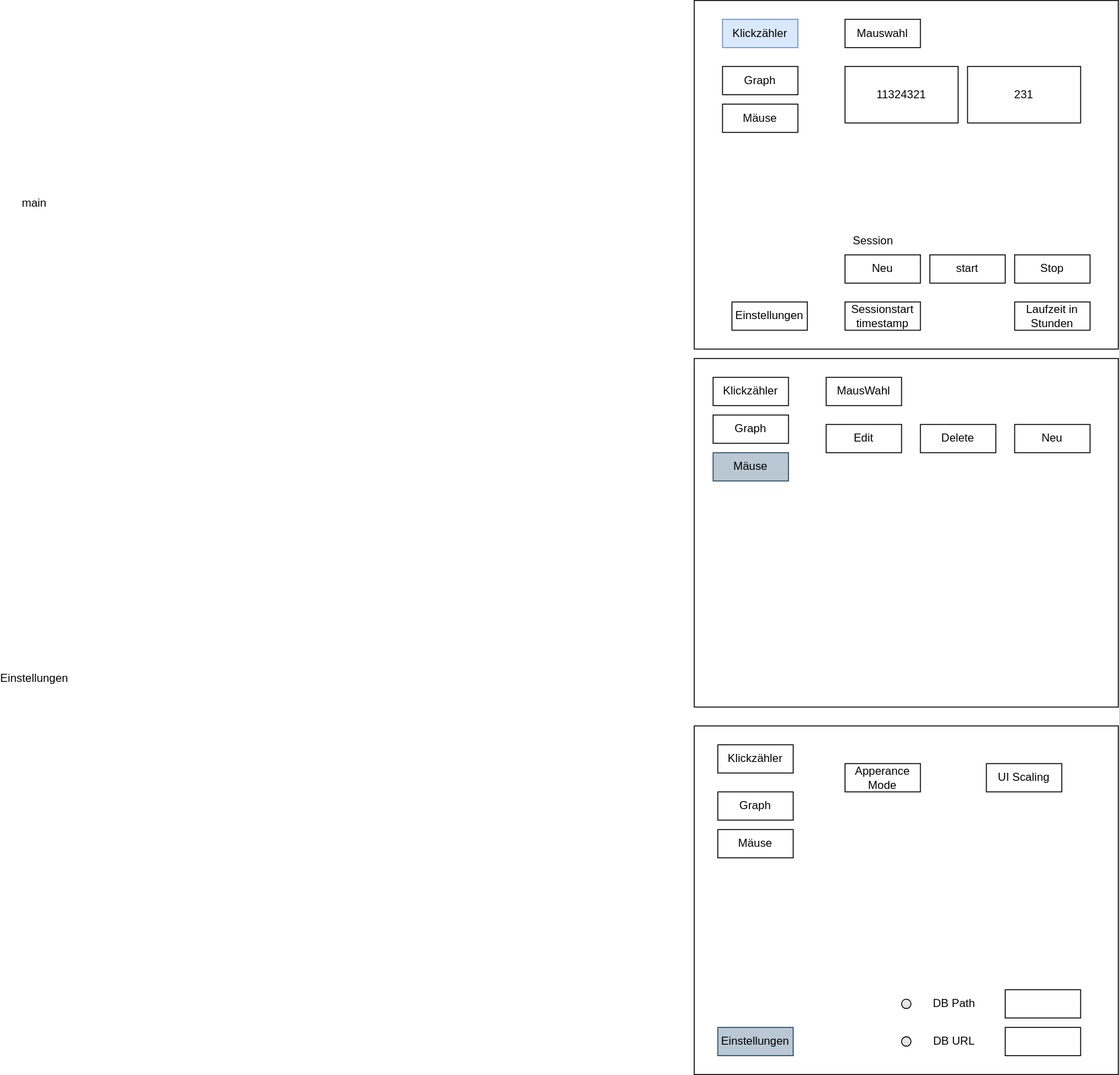
Earlier version of the draw.io export skizze.svg (Can9808/ClickCounter). Source tidied: cells renumbered, new cells last; positions are measured from the earlier drawing's top-left corner, leaving out a move shared by most shapes. Source of this version:
```xml
<mxGraphModel>
  <root>
    <mxCell id="0" />
    <mxCell id="1" parent="0" />
    <mxCell id="2" value="main" style="text;html=1;strokeColor=none;fillColor=none;align=center;verticalAlign=middle;whiteSpace=wrap;rounded=0;" parent="1" vertex="1">
      <mxGeometry y="200" width="60" height="30" as="geometry" />
    </mxCell>
    <mxCell id="3" value="Einstellungen" style="text;html=1;strokeColor=none;fillColor=none;align=center;verticalAlign=middle;whiteSpace=wrap;rounded=0;" parent="1" vertex="1">
      <mxGeometry y="705" width="60" height="30" as="geometry" />
    </mxCell>
    <mxCell id="4" style="rounded=0;whiteSpace=wrap;html=1;" parent="1" vertex="1">
      <mxGeometry x="730" y="380" width="450" height="370" as="geometry" />
    </mxCell>
    <mxCell id="5" value="Klickzähler" style="rounded=0;whiteSpace=wrap;html=1;" parent="1" vertex="1">
      <mxGeometry x="750" y="400" width="80" height="30" as="geometry" />
    </mxCell>
    <mxCell id="6" value="Graph" style="rounded=0;whiteSpace=wrap;html=1;" parent="1" vertex="1">
      <mxGeometry x="750" y="440" width="80" height="30" as="geometry" />
    </mxCell>
    <mxCell id="7" value="Mäuse" style="rounded=0;whiteSpace=wrap;html=1;fillColor=#bac8d3;strokeColor=#23445d;" parent="1" vertex="1">
      <mxGeometry x="750" y="480" width="80" height="30" as="geometry" />
    </mxCell>
    <mxCell id="8" value="Delete" style="rounded=0;whiteSpace=wrap;html=1;" parent="1" vertex="1">
      <mxGeometry x="970" y="450" width="80" height="30" as="geometry" />
    </mxCell>
    <mxCell id="9" value="Edit" style="rounded=0;whiteSpace=wrap;html=1;" parent="1" vertex="1">
      <mxGeometry x="870" y="450" width="80" height="30" as="geometry" />
    </mxCell>
    <mxCell id="10" value="MausWahl" style="rounded=0;whiteSpace=wrap;html=1;" parent="1" vertex="1">
      <mxGeometry x="870" y="400" width="80" height="30" as="geometry" />
    </mxCell>
    <mxCell id="11" value="Neu" style="rounded=0;whiteSpace=wrap;html=1;" parent="1" vertex="1">
      <mxGeometry x="1070" y="450" width="80" height="30" as="geometry" />
    </mxCell>
    <mxCell id="12" style="rounded=0;whiteSpace=wrap;html=1;" parent="1" vertex="1">
      <mxGeometry x="730" y="770" width="450" height="370" as="geometry" />
    </mxCell>
    <mxCell id="13" value="Klickzähler" style="rounded=0;whiteSpace=wrap;html=1;" parent="1" vertex="1">
      <mxGeometry x="755" y="790" width="80" height="30" as="geometry" />
    </mxCell>
    <mxCell id="14" value="Graph" style="rounded=0;whiteSpace=wrap;html=1;" parent="1" vertex="1">
      <mxGeometry x="755" y="840" width="80" height="30" as="geometry" />
    </mxCell>
    <mxCell id="15" value="Mäuse" style="rounded=0;whiteSpace=wrap;html=1;" parent="1" vertex="1">
      <mxGeometry x="755" y="880" width="80" height="30" as="geometry" />
    </mxCell>
    <mxCell id="16" value="Einstellungen" style="rounded=0;whiteSpace=wrap;html=1;fillColor=#bac8d3;strokeColor=#23445d;" parent="1" vertex="1">
      <mxGeometry x="755" y="1090" width="80" height="30" as="geometry" />
    </mxCell>
    <mxCell id="17" value="Apperance Mode" style="rounded=0;whiteSpace=wrap;html=1;" parent="1" vertex="1">
      <mxGeometry x="890" y="810" width="80" height="30" as="geometry" />
    </mxCell>
    <mxCell id="18" value="UI Scaling" style="rounded=0;whiteSpace=wrap;html=1;" parent="1" vertex="1">
      <mxGeometry x="1040" y="810" width="80" height="30" as="geometry" />
    </mxCell>
    <mxCell id="19" style="rounded=0;whiteSpace=wrap;html=1;" parent="1" vertex="1">
      <mxGeometry x="1060" y="1050" width="80" height="30" as="geometry" />
    </mxCell>
    <mxCell id="20" style="html=1;shadow=0;dashed=0;shape=mxgraph.bootstrap.radioButton2;labelPosition=right;verticalLabelPosition=middle;align=left;verticalAlign=middle;gradientColor=#DEDEDE;fillColor=#EDEDED;checked=0;spacing=5;checkedFill=#0085FC;checkedStroke=#ffffff;sketch=0;" parent="1" vertex="1">
      <mxGeometry x="950" y="1100" width="10" height="10" as="geometry" />
    </mxCell>
    <mxCell id="21" style="rounded=0;whiteSpace=wrap;html=1;" parent="1" vertex="1">
      <mxGeometry x="1060" y="1090" width="80" height="30" as="geometry" />
    </mxCell>
    <mxCell id="22" value="DB Path" style="text;html=1;strokeColor=none;fillColor=none;align=center;verticalAlign=middle;whiteSpace=wrap;rounded=0;" parent="1" vertex="1">
      <mxGeometry x="976" y="1050" width="60" height="30" as="geometry" />
    </mxCell>
    <mxCell id="23" value="DB URL" style="text;html=1;strokeColor=none;fillColor=none;align=center;verticalAlign=middle;whiteSpace=wrap;rounded=0;" parent="1" vertex="1">
      <mxGeometry x="976" y="1090" width="60" height="30" as="geometry" />
    </mxCell>
    <mxCell id="24" style="html=1;shadow=0;dashed=0;shape=mxgraph.bootstrap.radioButton2;labelPosition=right;verticalLabelPosition=middle;align=left;verticalAlign=middle;gradientColor=#DEDEDE;fillColor=#EDEDED;checked=0;spacing=5;checkedFill=#0085FC;checkedStroke=#ffffff;sketch=0;" parent="1" vertex="1">
      <mxGeometry x="950" y="1060" width="10" height="10" as="geometry" />
    </mxCell>
    <mxCell id="25" style="rounded=0;whiteSpace=wrap;html=1;" parent="1" vertex="1">
      <mxGeometry x="730" width="450" height="370" as="geometry" />
    </mxCell>
    <mxCell id="26" value="11324321" style="rounded=0;whiteSpace=wrap;html=1;" parent="1" vertex="1">
      <mxGeometry x="890" y="70" width="120" height="60" as="geometry" />
    </mxCell>
    <mxCell id="27" value="231" style="rounded=0;whiteSpace=wrap;html=1;" parent="1" vertex="1">
      <mxGeometry x="1020" y="70" width="120" height="60" as="geometry" />
    </mxCell>
    <mxCell id="28" value="start" style="rounded=0;whiteSpace=wrap;html=1;" parent="1" vertex="1">
      <mxGeometry x="980" y="270" width="80" height="30" as="geometry" />
    </mxCell>
    <mxCell id="29" value="Sessionstart&lt;br&gt;timestamp" style="rounded=0;whiteSpace=wrap;html=1;" parent="1" vertex="1">
      <mxGeometry x="890" y="320" width="80" height="30" as="geometry" />
    </mxCell>
    <mxCell id="30" value="Klickzähler" style="rounded=0;whiteSpace=wrap;html=1;fillColor=#dae8fc;strokeColor=#6c8ebf;" parent="1" vertex="1">
      <mxGeometry x="760" y="20" width="80" height="30" as="geometry" />
    </mxCell>
    <mxCell id="31" value="Stop" style="rounded=0;whiteSpace=wrap;html=1;" parent="1" vertex="1">
      <mxGeometry x="1070" y="270" width="80" height="30" as="geometry" />
    </mxCell>
    <mxCell id="32" value="Neu" style="rounded=0;whiteSpace=wrap;html=1;" parent="1" vertex="1">
      <mxGeometry x="890" y="270" width="80" height="30" as="geometry" />
    </mxCell>
    <mxCell id="33" value="Session" style="text;html=1;strokeColor=none;fillColor=none;align=center;verticalAlign=middle;whiteSpace=wrap;rounded=0;" parent="1" vertex="1">
      <mxGeometry x="890" y="240" width="60" height="30" as="geometry" />
    </mxCell>
    <mxCell id="34" value="Einstellungen" style="rounded=0;whiteSpace=wrap;html=1;" parent="1" vertex="1">
      <mxGeometry x="770" y="320" width="80" height="30" as="geometry" />
    </mxCell>
    <mxCell id="35" value="Laufzeit in Stunden" style="rounded=0;whiteSpace=wrap;html=1;" parent="1" vertex="1">
      <mxGeometry x="1070" y="320" width="80" height="30" as="geometry" />
    </mxCell>
    <mxCell id="36" value="Graph" style="rounded=0;whiteSpace=wrap;html=1;" parent="1" vertex="1">
      <mxGeometry x="760" y="70" width="80" height="30" as="geometry" />
    </mxCell>
    <mxCell id="37" value="Mäuse" style="rounded=0;whiteSpace=wrap;html=1;" parent="1" vertex="1">
      <mxGeometry x="760" y="110" width="80" height="30" as="geometry" />
    </mxCell>
    <mxCell id="38" value="Mauswahl" style="rounded=0;whiteSpace=wrap;html=1;" parent="1" vertex="1">
      <mxGeometry x="890" y="20" width="80" height="30" as="geometry" />
    </mxCell>
  </root>
</mxGraphModel>
```
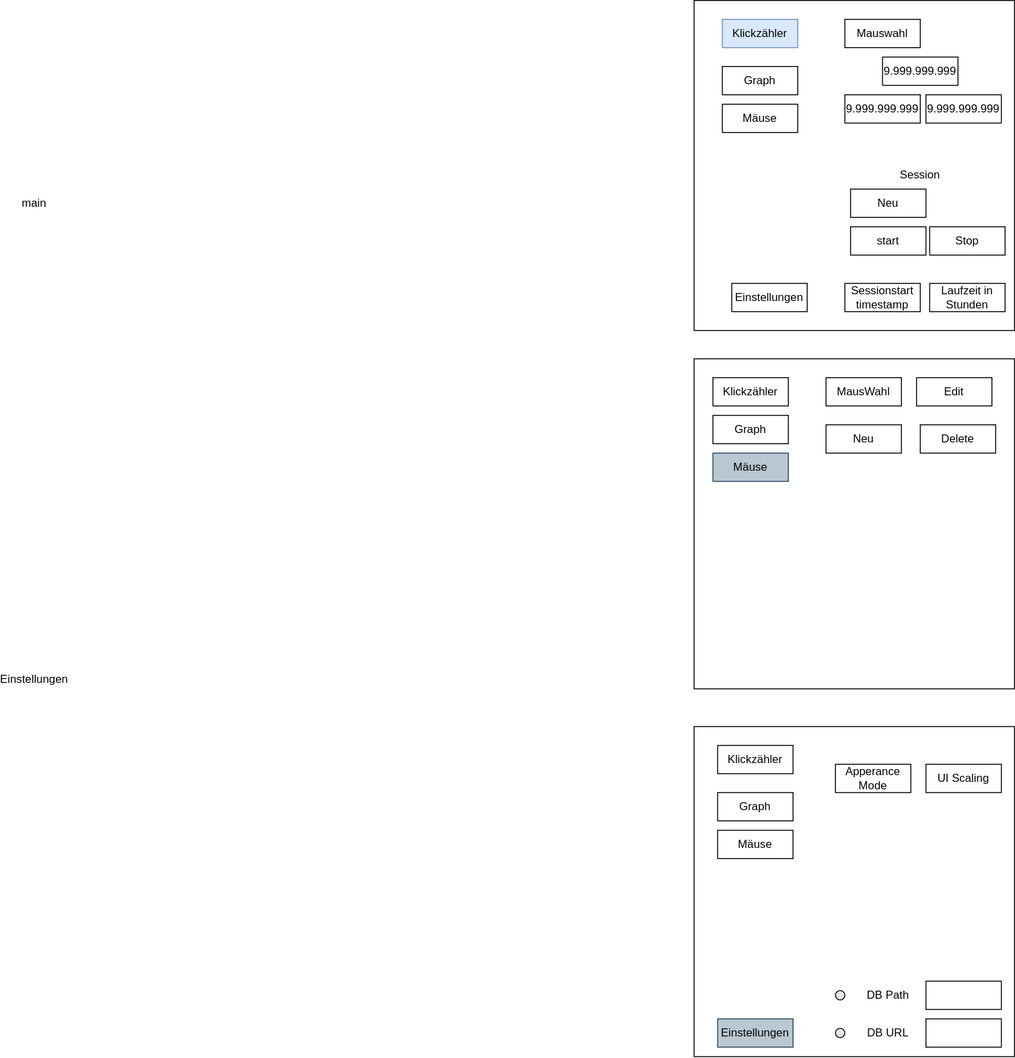
After the change.

The edit, as a diff of the source:
```diff
@@ -9,7 +9,7 @@
       <mxGeometry y="705" width="60" height="30" as="geometry" />
     </mxCell>
     <mxCell id="4" style="rounded=0;whiteSpace=wrap;html=1;" parent="1" vertex="1">
-      <mxGeometry x="730" y="380" width="450" height="370" as="geometry" />
+      <mxGeometry x="730" y="380" width="340" height="350" as="geometry" />
     </mxCell>
     <mxCell id="5" value="Klickzähler" style="rounded=0;whiteSpace=wrap;html=1;" parent="1" vertex="1">
       <mxGeometry x="750" y="400" width="80" height="30" as="geometry" />
@@ -24,16 +24,16 @@
       <mxGeometry x="970" y="450" width="80" height="30" as="geometry" />
     </mxCell>
     <mxCell id="9" value="Edit" style="rounded=0;whiteSpace=wrap;html=1;" parent="1" vertex="1">
-      <mxGeometry x="870" y="450" width="80" height="30" as="geometry" />
+      <mxGeometry x="966" y="400" width="80" height="30" as="geometry" />
     </mxCell>
     <mxCell id="10" value="MausWahl" style="rounded=0;whiteSpace=wrap;html=1;" parent="1" vertex="1">
       <mxGeometry x="870" y="400" width="80" height="30" as="geometry" />
     </mxCell>
     <mxCell id="11" value="Neu" style="rounded=0;whiteSpace=wrap;html=1;" parent="1" vertex="1">
-      <mxGeometry x="1070" y="450" width="80" height="30" as="geometry" />
+      <mxGeometry x="870" y="450" width="80" height="30" as="geometry" />
     </mxCell>
     <mxCell id="12" style="rounded=0;whiteSpace=wrap;html=1;" parent="1" vertex="1">
-      <mxGeometry x="730" y="770" width="450" height="370" as="geometry" />
+      <mxGeometry x="730" y="770" width="340" height="350" as="geometry" />
     </mxCell>
     <mxCell id="13" value="Klickzähler" style="rounded=0;whiteSpace=wrap;html=1;" parent="1" vertex="1">
       <mxGeometry x="755" y="790" width="80" height="30" as="geometry" />
@@ -45,64 +45,58 @@
       <mxGeometry x="755" y="880" width="80" height="30" as="geometry" />
     </mxCell>
     <mxCell id="16" value="Einstellungen" style="rounded=0;whiteSpace=wrap;html=1;fillColor=#bac8d3;strokeColor=#23445d;" parent="1" vertex="1">
-      <mxGeometry x="755" y="1090" width="80" height="30" as="geometry" />
+      <mxGeometry x="755" y="1080" width="80" height="30" as="geometry" />
     </mxCell>
     <mxCell id="17" value="Apperance Mode" style="rounded=0;whiteSpace=wrap;html=1;" parent="1" vertex="1">
-      <mxGeometry x="890" y="810" width="80" height="30" as="geometry" />
+      <mxGeometry x="880" y="810" width="80" height="30" as="geometry" />
     </mxCell>
     <mxCell id="18" value="UI Scaling" style="rounded=0;whiteSpace=wrap;html=1;" parent="1" vertex="1">
-      <mxGeometry x="1040" y="810" width="80" height="30" as="geometry" />
+      <mxGeometry x="976" y="810" width="80" height="30" as="geometry" />
     </mxCell>
     <mxCell id="19" style="rounded=0;whiteSpace=wrap;html=1;" parent="1" vertex="1">
-      <mxGeometry x="1060" y="1050" width="80" height="30" as="geometry" />
+      <mxGeometry x="976" y="1040" width="80" height="30" as="geometry" />
     </mxCell>
     <mxCell id="20" style="html=1;shadow=0;dashed=0;shape=mxgraph.bootstrap.radioButton2;labelPosition=right;verticalLabelPosition=middle;align=left;verticalAlign=middle;gradientColor=#DEDEDE;fillColor=#EDEDED;checked=0;spacing=5;checkedFill=#0085FC;checkedStroke=#ffffff;sketch=0;" parent="1" vertex="1">
-      <mxGeometry x="950" y="1100" width="10" height="10" as="geometry" />
+      <mxGeometry x="880" y="1090" width="10" height="10" as="geometry" />
     </mxCell>
     <mxCell id="21" style="rounded=0;whiteSpace=wrap;html=1;" parent="1" vertex="1">
-      <mxGeometry x="1060" y="1090" width="80" height="30" as="geometry" />
+      <mxGeometry x="976" y="1080" width="80" height="30" as="geometry" />
     </mxCell>
     <mxCell id="22" value="DB Path" style="text;html=1;strokeColor=none;fillColor=none;align=center;verticalAlign=middle;whiteSpace=wrap;rounded=0;" parent="1" vertex="1">
-      <mxGeometry x="976" y="1050" width="60" height="30" as="geometry" />
+      <mxGeometry x="906" y="1040" width="60" height="30" as="geometry" />
     </mxCell>
     <mxCell id="23" value="DB URL" style="text;html=1;strokeColor=none;fillColor=none;align=center;verticalAlign=middle;whiteSpace=wrap;rounded=0;" parent="1" vertex="1">
-      <mxGeometry x="976" y="1090" width="60" height="30" as="geometry" />
+      <mxGeometry x="906" y="1080" width="60" height="30" as="geometry" />
     </mxCell>
     <mxCell id="24" style="html=1;shadow=0;dashed=0;shape=mxgraph.bootstrap.radioButton2;labelPosition=right;verticalLabelPosition=middle;align=left;verticalAlign=middle;gradientColor=#DEDEDE;fillColor=#EDEDED;checked=0;spacing=5;checkedFill=#0085FC;checkedStroke=#ffffff;sketch=0;" parent="1" vertex="1">
-      <mxGeometry x="950" y="1060" width="10" height="10" as="geometry" />
+      <mxGeometry x="880" y="1050" width="10" height="10" as="geometry" />
     </mxCell>
     <mxCell id="25" style="rounded=0;whiteSpace=wrap;html=1;" parent="1" vertex="1">
-      <mxGeometry x="730" width="450" height="370" as="geometry" />
+      <mxGeometry x="730" width="340" height="350" as="geometry" />
     </mxCell>
-    <mxCell id="26" value="11324321" style="rounded=0;whiteSpace=wrap;html=1;" parent="1" vertex="1">
-      <mxGeometry x="890" y="70" width="120" height="60" as="geometry" />
-    </mxCell>
-    <mxCell id="27" value="231" style="rounded=0;whiteSpace=wrap;html=1;" parent="1" vertex="1">
-      <mxGeometry x="1020" y="70" width="120" height="60" as="geometry" />
-    </mxCell>
     <mxCell id="28" value="start" style="rounded=0;whiteSpace=wrap;html=1;" parent="1" vertex="1">
-      <mxGeometry x="980" y="270" width="80" height="30" as="geometry" />
+      <mxGeometry x="896" y="240" width="80" height="30" as="geometry" />
     </mxCell>
     <mxCell id="29" value="Sessionstart&lt;br&gt;timestamp" style="rounded=0;whiteSpace=wrap;html=1;" parent="1" vertex="1">
-      <mxGeometry x="890" y="320" width="80" height="30" as="geometry" />
+      <mxGeometry x="890" y="300" width="80" height="30" as="geometry" />
     </mxCell>
     <mxCell id="30" value="Klickzähler" style="rounded=0;whiteSpace=wrap;html=1;fillColor=#dae8fc;strokeColor=#6c8ebf;" parent="1" vertex="1">
       <mxGeometry x="760" y="20" width="80" height="30" as="geometry" />
     </mxCell>
     <mxCell id="31" value="Stop" style="rounded=0;whiteSpace=wrap;html=1;" parent="1" vertex="1">
-      <mxGeometry x="1070" y="270" width="80" height="30" as="geometry" />
+      <mxGeometry x="980" y="240" width="80" height="30" as="geometry" />
     </mxCell>
     <mxCell id="32" value="Neu" style="rounded=0;whiteSpace=wrap;html=1;" parent="1" vertex="1">
-      <mxGeometry x="890" y="270" width="80" height="30" as="geometry" />
+      <mxGeometry x="896" y="200" width="80" height="30" as="geometry" />
     </mxCell>
     <mxCell id="33" value="Session" style="text;html=1;strokeColor=none;fillColor=none;align=center;verticalAlign=middle;whiteSpace=wrap;rounded=0;" parent="1" vertex="1">
-      <mxGeometry x="890" y="240" width="60" height="30" as="geometry" />
+      <mxGeometry x="940" y="170" width="60" height="30" as="geometry" />
     </mxCell>
     <mxCell id="34" value="Einstellungen" style="rounded=0;whiteSpace=wrap;html=1;" parent="1" vertex="1">
-      <mxGeometry x="770" y="320" width="80" height="30" as="geometry" />
+      <mxGeometry x="770" y="300" width="80" height="30" as="geometry" />
     </mxCell>
     <mxCell id="35" value="Laufzeit in Stunden" style="rounded=0;whiteSpace=wrap;html=1;" parent="1" vertex="1">
-      <mxGeometry x="1070" y="320" width="80" height="30" as="geometry" />
+      <mxGeometry x="980" y="300" width="80" height="30" as="geometry" />
     </mxCell>
     <mxCell id="36" value="Graph" style="rounded=0;whiteSpace=wrap;html=1;" parent="1" vertex="1">
       <mxGeometry x="760" y="70" width="80" height="30" as="geometry" />
@@ -113,5 +107,14 @@
     <mxCell id="38" value="Mauswahl" style="rounded=0;whiteSpace=wrap;html=1;" parent="1" vertex="1">
       <mxGeometry x="890" y="20" width="80" height="30" as="geometry" />
     </mxCell>
+    <mxCell id="39" value="9.999.999.999" style="rounded=0;whiteSpace=wrap;html=1;" parent="1" vertex="1">
+      <mxGeometry x="890" y="100" width="80" height="30" as="geometry" />
+    </mxCell>
+    <mxCell id="40" value="9.999.999.999" style="rounded=0;whiteSpace=wrap;html=1;" parent="1" vertex="1">
+      <mxGeometry x="976" y="100" width="80" height="30" as="geometry" />
+    </mxCell>
+    <mxCell id="41" value="9.999.999.999" style="rounded=0;whiteSpace=wrap;html=1;" parent="1" vertex="1">
+      <mxGeometry x="930" y="60" width="80" height="30" as="geometry" />
+    </mxCell>
   </root>
 </mxGraphModel>
```
